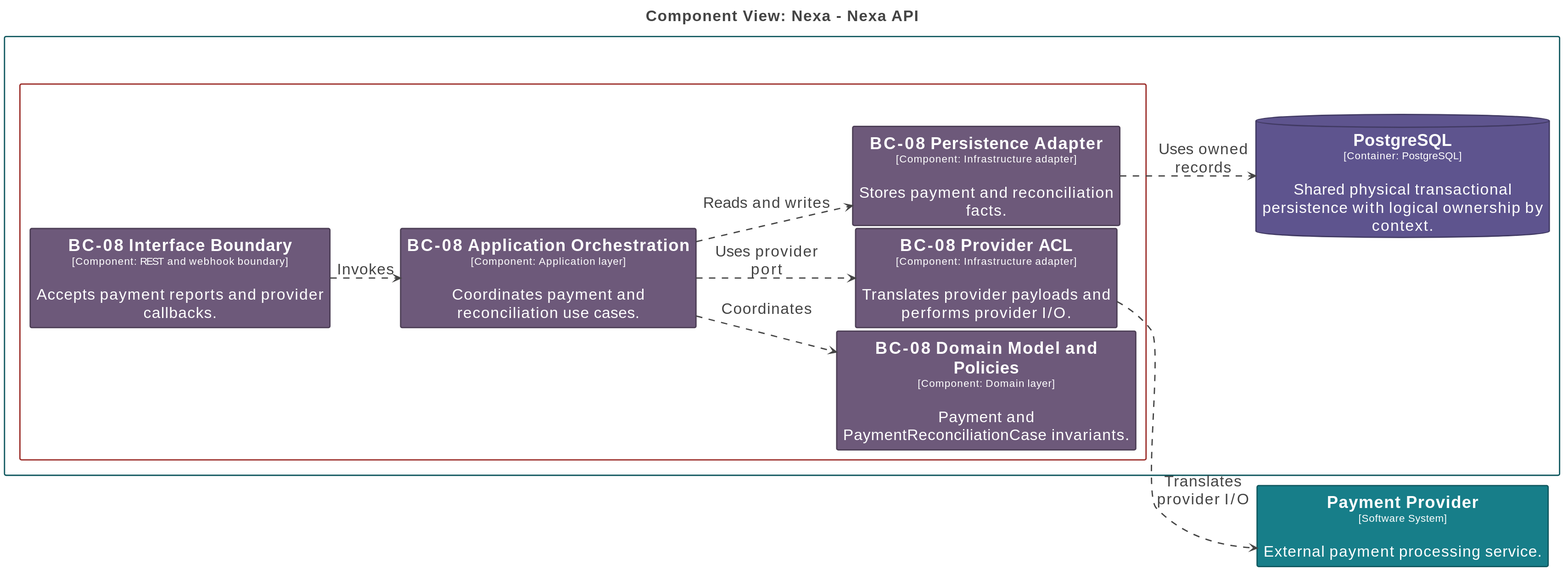
Above: report/assets/chapter-2/c4/Nexa-API-BC-08-Payments.svg in nexa-suite/mobile-report (PlantUML), before the change.
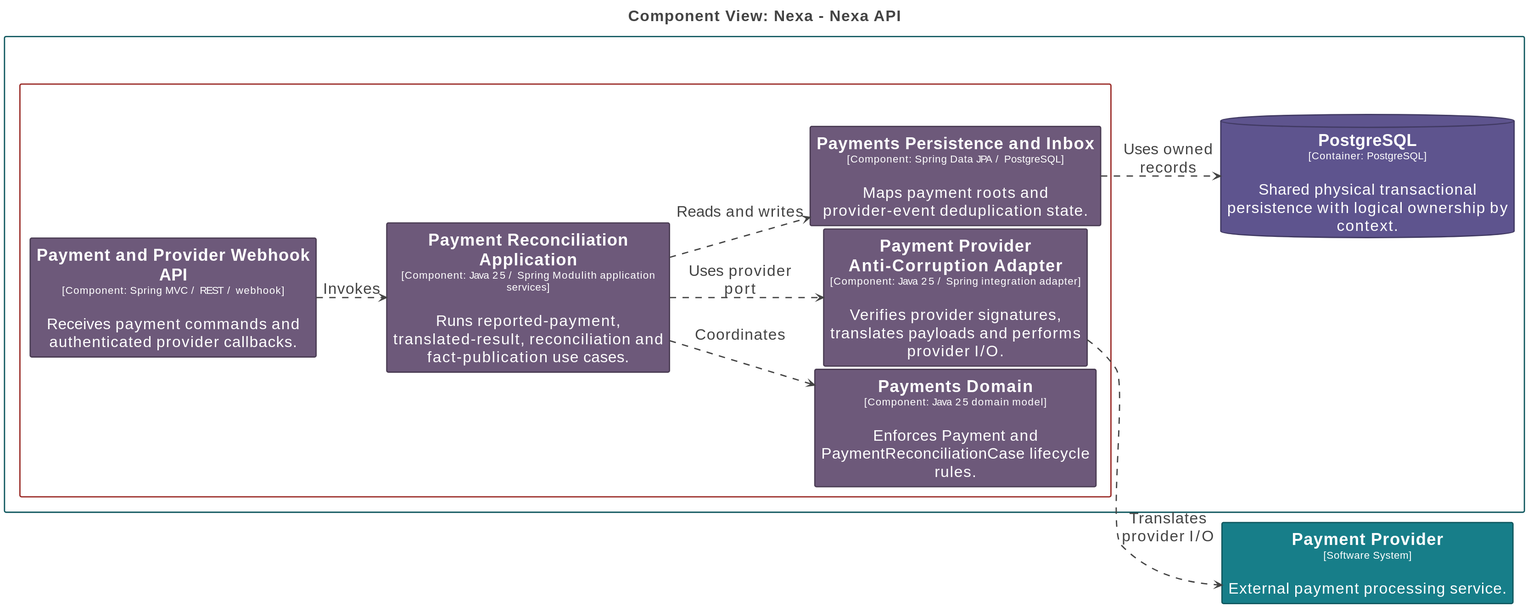
Later version of the same file.

The edit, as a diff of the source:
```diff
@@ -85,20 +85,20 @@
 
 rectangle "Nexa\n<size:16>[Software System]</size>" <<Boundary-TmV4YQ==>> {
   rectangle "Nexa API\n<size:16>[Container: Java 25 / Spring Boot 4.1 / Spring Modulith]</size>" <<Boundary-TmV4YSBBUEk=>> {
-    rectangle "==BC-08 Interface Boundary\n<size:16>[Component: REST and webhook boundary]</size>\n\nAccepts payment reports and provider callbacks." <<Element-RWxlbWVudCxDb21wb25lbnQ=>> as Nexa.NexaAPI.BC08InterfaceBoundary
-    rectangle "==BC-08 Application Orchestration\n<size:16>[Component: Application layer]</size>\n\nCoordinates payment and reconciliation use cases." <<Element-RWxlbWVudCxDb21wb25lbnQ=>> as Nexa.NexaAPI.BC08ApplicationOrchestration
-    rectangle "==BC-08 Domain Model and Policies\n<size:16>[Component: Domain layer]</size>\n\nPayment and PaymentReconciliationCase invariants." <<Element-RWxlbWVudCxDb21wb25lbnQ=>> as Nexa.NexaAPI.BC08DomainModelandPolicies
-    rectangle "==BC-08 Persistence Adapter\n<size:16>[Component: Infrastructure adapter]</size>\n\nStores payment and reconciliation facts." <<Element-RWxlbWVudCxDb21wb25lbnQ=>> as Nexa.NexaAPI.BC08PersistenceAdapter
-    rectangle "==BC-08 Provider ACL\n<size:16>[Component: Infrastructure adapter]</size>\n\nTranslates provider payloads and performs provider I/O." <<Element-RWxlbWVudCxDb21wb25lbnQ=>> as Nexa.NexaAPI.BC08ProviderACL
+    rectangle "==Payment and Provider Webhook API\n<size:16>[Component: Spring MVC / REST / webhook]</size>\n\nReceives payment commands and authenticated provider callbacks." <<Element-RWxlbWVudCxDb21wb25lbnQ=>> as Nexa.NexaAPI.PaymentandProviderWebhookAPI
+    rectangle "==Payment Reconciliation Application\n<size:16>[Component: Java 25 / Spring Modulith application services]</size>\n\nRuns reported-payment, translated-result, reconciliation and fact-publication use cases." <<Element-RWxlbWVudCxDb21wb25lbnQ=>> as Nexa.NexaAPI.PaymentReconciliationApplication
+    rectangle "==Payments Domain\n<size:16>[Component: Java 25 domain model]</size>\n\nEnforces Payment and PaymentReconciliationCase lifecycle rules." <<Element-RWxlbWVudCxDb21wb25lbnQ=>> as Nexa.NexaAPI.PaymentsDomain
+    rectangle "==Payments Persistence and Inbox\n<size:16>[Component: Spring Data JPA / PostgreSQL]</size>\n\nMaps payment roots and provider-event deduplication state." <<Element-RWxlbWVudCxDb21wb25lbnQ=>> as Nexa.NexaAPI.PaymentsPersistenceandInbox
+    rectangle "==Payment Provider Anti-Corruption Adapter\n<size:16>[Component: Java 25 / Spring integration adapter]</size>\n\nVerifies provider signatures, translates payloads and performs provider I/O." <<Element-RWxlbWVudCxDb21wb25lbnQ=>> as Nexa.NexaAPI.PaymentProviderAntiCorruptionAdapter
   }
 
   database "==PostgreSQL\n<size:16>[Container: PostgreSQL]</size>\n\nShared physical transactional persistence with logical ownership by context." <<Element-RWxlbWVudCxDb250YWluZXIsRGF0YWJhc2U=>> as Nexa.PostgreSQL
 }
 
-Nexa.NexaAPI.BC08InterfaceBoundary --> Nexa.NexaAPI.BC08ApplicationOrchestration <<Relationship-UmVsYXRpb25zaGlw>> : "Invokes"
-Nexa.NexaAPI.BC08ApplicationOrchestration --> Nexa.NexaAPI.BC08DomainModelandPolicies <<Relationship-UmVsYXRpb25zaGlw>> : "Coordinates"
-Nexa.NexaAPI.BC08ApplicationOrchestration --> Nexa.NexaAPI.BC08PersistenceAdapter <<Relationship-UmVsYXRpb25zaGlw>> : "Reads and writes"
-Nexa.NexaAPI.BC08PersistenceAdapter --> Nexa.PostgreSQL <<Relationship-UmVsYXRpb25zaGlw>> : "Uses owned records"
-Nexa.NexaAPI.BC08ApplicationOrchestration --> Nexa.NexaAPI.BC08ProviderACL <<Relationship-UmVsYXRpb25zaGlw>> : "Uses provider port"
-Nexa.NexaAPI.BC08ProviderACL --> PaymentProvider <<Relationship-UmVsYXRpb25zaGlw>> : "Translates provider I/O"
+Nexa.NexaAPI.PaymentandProviderWebhookAPI --> Nexa.NexaAPI.PaymentReconciliationApplication <<Relationship-UmVsYXRpb25zaGlw>> : "Invokes"
+Nexa.NexaAPI.PaymentReconciliationApplication --> Nexa.NexaAPI.PaymentsDomain <<Relationship-UmVsYXRpb25zaGlw>> : "Coordinates"
+Nexa.NexaAPI.PaymentReconciliationApplication --> Nexa.NexaAPI.PaymentsPersistenceandInbox <<Relationship-UmVsYXRpb25zaGlw>> : "Reads and writes"
+Nexa.NexaAPI.PaymentsPersistenceandInbox --> Nexa.PostgreSQL <<Relationship-UmVsYXRpb25zaGlw>> : "Uses owned records"
+Nexa.NexaAPI.PaymentReconciliationApplication --> Nexa.NexaAPI.PaymentProviderAntiCorruptionAdapter <<Relationship-UmVsYXRpb25zaGlw>> : "Uses provider port"
+Nexa.NexaAPI.PaymentProviderAntiCorruptionAdapter --> PaymentProvider <<Relationship-UmVsYXRpb25zaGlw>> : "Translates provider I/O"
 @enduml
```
